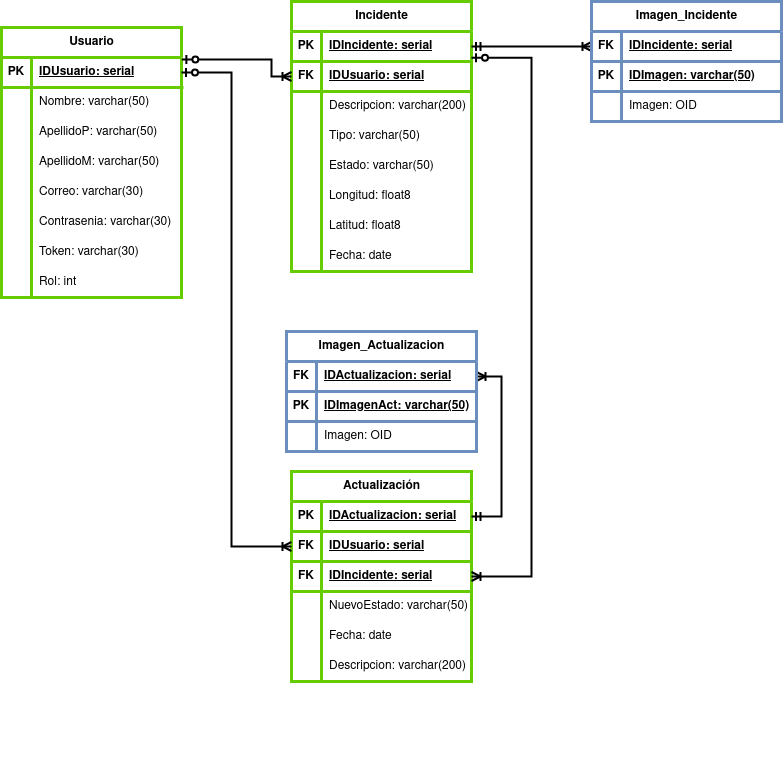
Earlier version of the draw.io export documentacion/tarea2-BDD/BDD_MajarraDrive-Relacional.drawio.png (ingenieria-software-7009-2025-2/mojarra-Gerreidae-api). Source tidied: cells renumbered, new cells last; positions are measured from the earlier drawing's top-left corner, leaving out a move shared by most shapes.
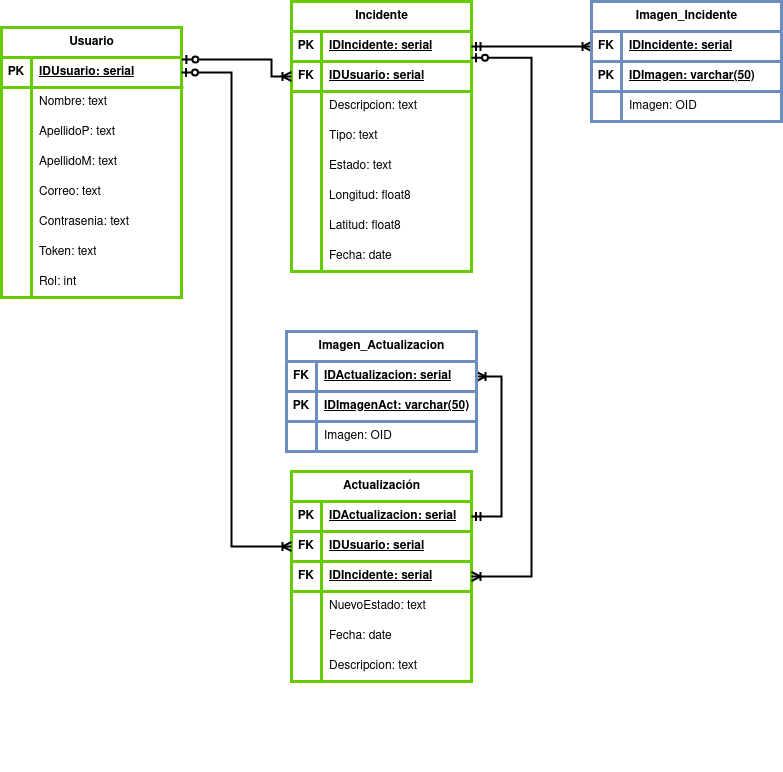
After the commit.

Commit message:
diagrama actualizado

Change to the diagram source:
```diff
@@ -20,7 +20,7 @@
     <mxCell id="7" style="shape=partialRectangle;fillColor=none;top=0;left=0;bottom=0;right=0;overflow=hidden;whiteSpace=wrap;html=1;strokeWidth=3;" parent="6" vertex="1">
       <mxGeometry width="30" height="30" as="geometry" />
     </mxCell>
-    <mxCell id="8" value="Nombre: varchar(50)" style="shape=partialRectangle;fillColor=none;top=0;left=0;bottom=0;right=0;align=left;spacingLeft=6;overflow=hidden;whiteSpace=wrap;html=1;strokeWidth=3;" parent="6" vertex="1">
+    <mxCell id="8" value="Nombre: text" style="shape=partialRectangle;fillColor=none;top=0;left=0;bottom=0;right=0;align=left;spacingLeft=6;overflow=hidden;whiteSpace=wrap;html=1;strokeWidth=3;" parent="6" vertex="1">
       <mxGeometry x="30" width="150" height="30" as="geometry" />
     </mxCell>
     <mxCell id="9" style="shape=tableRow;horizontal=0;startSize=0;swimlaneHead=0;swimlaneBody=0;fillColor=none;top=0;left=0;right=0;bottom=0;strokeWidth=3;" parent="2" vertex="1">
@@ -29,7 +29,7 @@
     <mxCell id="10" style="shape=partialRectangle;fillColor=none;top=0;left=0;bottom=0;right=0;overflow=hidden;whiteSpace=wrap;html=1;strokeWidth=3;" parent="9" vertex="1">
       <mxGeometry width="30" height="30" as="geometry" />
     </mxCell>
-    <mxCell id="11" value="ApellidoP: varchar(50)" style="shape=partialRectangle;fillColor=none;top=0;left=0;bottom=0;right=0;align=left;spacingLeft=6;overflow=hidden;whiteSpace=wrap;html=1;strokeWidth=3;" parent="9" vertex="1">
+    <mxCell id="11" value="ApellidoP: text" style="shape=partialRectangle;fillColor=none;top=0;left=0;bottom=0;right=0;align=left;spacingLeft=6;overflow=hidden;whiteSpace=wrap;html=1;strokeWidth=3;" parent="9" vertex="1">
       <mxGeometry x="30" width="150" height="30" as="geometry" />
     </mxCell>
     <mxCell id="12" style="shape=tableRow;horizontal=0;startSize=0;swimlaneHead=0;swimlaneBody=0;fillColor=none;top=0;left=0;right=0;bottom=0;strokeWidth=3;" parent="2" vertex="1">
@@ -38,7 +38,7 @@
     <mxCell id="13" style="shape=partialRectangle;fillColor=none;top=0;left=0;bottom=0;right=0;overflow=hidden;whiteSpace=wrap;html=1;strokeWidth=3;" parent="12" vertex="1">
       <mxGeometry width="30" height="30" as="geometry" />
     </mxCell>
-    <mxCell id="14" value="ApellidoM: varchar(50)" style="shape=partialRectangle;fillColor=none;top=0;left=0;bottom=0;right=0;align=left;spacingLeft=6;overflow=hidden;whiteSpace=wrap;html=1;strokeWidth=3;" parent="12" vertex="1">
+    <mxCell id="14" value="ApellidoM: text" style="shape=partialRectangle;fillColor=none;top=0;left=0;bottom=0;right=0;align=left;spacingLeft=6;overflow=hidden;whiteSpace=wrap;html=1;strokeWidth=3;" parent="12" vertex="1">
       <mxGeometry x="30" width="150" height="30" as="geometry" />
     </mxCell>
     <mxCell id="15" style="shape=tableRow;horizontal=0;startSize=0;swimlaneHead=0;swimlaneBody=0;fillColor=none;top=0;left=0;right=0;bottom=0;strokeWidth=3;" parent="2" vertex="1">
@@ -47,7 +47,7 @@
     <mxCell id="16" style="shape=partialRectangle;fillColor=none;top=0;left=0;bottom=0;right=0;overflow=hidden;whiteSpace=wrap;html=1;strokeWidth=3;" parent="15" vertex="1">
       <mxGeometry width="30" height="30" as="geometry" />
     </mxCell>
-    <mxCell id="17" value="Correo: varchar(30)" style="shape=partialRectangle;fillColor=none;top=0;left=0;bottom=0;right=0;align=left;spacingLeft=6;overflow=hidden;whiteSpace=wrap;html=1;strokeWidth=3;" parent="15" vertex="1">
+    <mxCell id="17" value="Correo: text" style="shape=partialRectangle;fillColor=none;top=0;left=0;bottom=0;right=0;align=left;spacingLeft=6;overflow=hidden;whiteSpace=wrap;html=1;strokeWidth=3;" parent="15" vertex="1">
       <mxGeometry x="30" width="150" height="30" as="geometry" />
     </mxCell>
     <mxCell id="18" style="shape=tableRow;horizontal=0;startSize=0;swimlaneHead=0;swimlaneBody=0;fillColor=none;top=0;left=0;right=0;bottom=0;strokeWidth=3;" parent="2" vertex="1">
@@ -56,7 +56,7 @@
     <mxCell id="19" style="shape=partialRectangle;fillColor=none;top=0;left=0;bottom=0;right=0;overflow=hidden;whiteSpace=wrap;html=1;strokeWidth=3;" parent="18" vertex="1">
       <mxGeometry width="30" height="30" as="geometry" />
     </mxCell>
-    <mxCell id="20" value="Contrasenia: varchar(30)" style="shape=partialRectangle;fillColor=none;top=0;left=0;bottom=0;right=0;align=left;spacingLeft=6;overflow=hidden;whiteSpace=wrap;html=1;strokeWidth=3;" parent="18" vertex="1">
+    <mxCell id="20" value="Contrasenia: text" style="shape=partialRectangle;fillColor=none;top=0;left=0;bottom=0;right=0;align=left;spacingLeft=6;overflow=hidden;whiteSpace=wrap;html=1;strokeWidth=3;" parent="18" vertex="1">
       <mxGeometry x="30" width="150" height="30" as="geometry" />
     </mxCell>
     <mxCell id="21" style="shape=tableRow;horizontal=0;startSize=0;swimlaneHead=0;swimlaneBody=0;fillColor=none;top=0;left=0;right=0;bottom=0;strokeWidth=3;" parent="2" vertex="1">
@@ -65,7 +65,7 @@
     <mxCell id="22" style="shape=partialRectangle;fillColor=none;top=0;left=0;bottom=0;right=0;overflow=hidden;whiteSpace=wrap;html=1;strokeWidth=3;" parent="21" vertex="1">
       <mxGeometry width="30" height="30" as="geometry" />
     </mxCell>
-    <mxCell id="23" value="Token: varchar(30)" style="shape=partialRectangle;fillColor=none;top=0;left=0;bottom=0;right=0;align=left;spacingLeft=6;overflow=hidden;whiteSpace=wrap;html=1;strokeWidth=3;" parent="21" vertex="1">
+    <mxCell id="23" value="Token: text" style="shape=partialRectangle;fillColor=none;top=0;left=0;bottom=0;right=0;align=left;spacingLeft=6;overflow=hidden;whiteSpace=wrap;html=1;strokeWidth=3;" parent="21" vertex="1">
       <mxGeometry x="30" width="150" height="30" as="geometry" />
     </mxCell>
     <mxCell id="24" style="shape=tableRow;horizontal=0;startSize=0;swimlaneHead=0;swimlaneBody=0;fillColor=none;top=0;left=0;right=0;bottom=0;strokeWidth=3;" parent="2" vertex="1">
@@ -104,7 +104,7 @@
     <mxCell id="35" style="shape=partialRectangle;fillColor=none;top=0;left=0;bottom=0;right=0;overflow=hidden;whiteSpace=wrap;html=1;strokeWidth=3;" parent="34" vertex="1">
       <mxGeometry width="30" height="30" as="geometry" />
     </mxCell>
-    <mxCell id="36" value="Descripcion: varchar(200)" style="shape=partialRectangle;fillColor=none;top=0;left=0;bottom=0;right=0;align=left;spacingLeft=6;overflow=hidden;whiteSpace=wrap;html=1;strokeWidth=3;" parent="34" vertex="1">
+    <mxCell id="36" value="Descripcion: text" style="shape=partialRectangle;fillColor=none;top=0;left=0;bottom=0;right=0;align=left;spacingLeft=6;overflow=hidden;whiteSpace=wrap;html=1;strokeWidth=3;" parent="34" vertex="1">
       <mxGeometry x="30" width="150" height="30" as="geometry" />
     </mxCell>
     <mxCell id="37" style="shape=tableRow;horizontal=0;startSize=0;swimlaneHead=0;swimlaneBody=0;fillColor=none;top=0;left=0;right=0;bottom=0;strokeWidth=3;" parent="27" vertex="1">
@@ -113,7 +113,7 @@
     <mxCell id="38" style="shape=partialRectangle;fillColor=none;top=0;left=0;bottom=0;right=0;overflow=hidden;whiteSpace=wrap;html=1;strokeWidth=3;" parent="37" vertex="1">
       <mxGeometry width="30" height="30" as="geometry" />
     </mxCell>
-    <mxCell id="39" value="Tipo: varchar(50)" style="shape=partialRectangle;fillColor=none;top=0;left=0;bottom=0;right=0;align=left;spacingLeft=6;overflow=hidden;whiteSpace=wrap;html=1;strokeWidth=3;" parent="37" vertex="1">
+    <mxCell id="39" value="Tipo: text" style="shape=partialRectangle;fillColor=none;top=0;left=0;bottom=0;right=0;align=left;spacingLeft=6;overflow=hidden;whiteSpace=wrap;html=1;strokeWidth=3;" parent="37" vertex="1">
       <mxGeometry x="30" width="150" height="30" as="geometry" />
     </mxCell>
     <mxCell id="40" style="shape=tableRow;horizontal=0;startSize=0;swimlaneHead=0;swimlaneBody=0;fillColor=none;top=0;left=0;right=0;bottom=0;strokeWidth=3;" parent="27" vertex="1">
@@ -122,7 +122,7 @@
     <mxCell id="41" style="shape=partialRectangle;fillColor=none;top=0;left=0;bottom=0;right=0;overflow=hidden;whiteSpace=wrap;html=1;strokeWidth=3;" parent="40" vertex="1">
       <mxGeometry width="30" height="30" as="geometry" />
     </mxCell>
-    <mxCell id="42" value="Estado: varchar(50)" style="shape=partialRectangle;fillColor=none;top=0;left=0;bottom=0;right=0;align=left;spacingLeft=6;overflow=hidden;whiteSpace=wrap;html=1;strokeWidth=3;" parent="40" vertex="1">
+    <mxCell id="42" value="Estado: text" style="shape=partialRectangle;fillColor=none;top=0;left=0;bottom=0;right=0;align=left;spacingLeft=6;overflow=hidden;whiteSpace=wrap;html=1;strokeWidth=3;" parent="40" vertex="1">
       <mxGeometry x="30" width="150" height="30" as="geometry" />
     </mxCell>
     <mxCell id="43" style="shape=tableRow;horizontal=0;startSize=0;swimlaneHead=0;swimlaneBody=0;fillColor=none;top=0;left=0;right=0;bottom=0;strokeWidth=3;" parent="27" vertex="1">
@@ -214,7 +214,7 @@
     <mxCell id="69" style="shape=partialRectangle;fillColor=none;top=0;left=0;bottom=0;right=0;overflow=hidden;whiteSpace=wrap;html=1;strokeWidth=3;" parent="68" vertex="1">
       <mxGeometry width="30" height="30" as="geometry" />
     </mxCell>
-    <mxCell id="70" value="NuevoEstado: varchar(50)" style="shape=partialRectangle;fillColor=none;top=0;left=0;bottom=0;right=0;align=left;spacingLeft=6;overflow=hidden;whiteSpace=wrap;html=1;strokeWidth=3;" parent="68" vertex="1">
+    <mxCell id="70" value="NuevoEstado: text" style="shape=partialRectangle;fillColor=none;top=0;left=0;bottom=0;right=0;align=left;spacingLeft=6;overflow=hidden;whiteSpace=wrap;html=1;strokeWidth=3;" parent="68" vertex="1">
       <mxGeometry x="30" width="150" height="30" as="geometry" />
     </mxCell>
     <mxCell id="71" style="shape=tableRow;horizontal=0;startSize=0;swimlaneHead=0;swimlaneBody=0;fillColor=none;top=0;left=0;right=0;bottom=0;strokeWidth=3;" parent="58" vertex="1">
@@ -232,7 +232,7 @@
     <mxCell id="75" style="shape=partialRectangle;fillColor=none;top=0;left=0;bottom=0;right=0;overflow=hidden;whiteSpace=wrap;html=1;strokeWidth=3;" parent="74" vertex="1">
       <mxGeometry width="30" height="30" as="geometry" />
     </mxCell>
-    <mxCell id="76" value="Descripcion: varchar(200)" style="shape=partialRectangle;fillColor=none;top=0;left=0;bottom=0;right=0;align=left;spacingLeft=6;overflow=hidden;whiteSpace=wrap;html=1;strokeWidth=3;" parent="74" vertex="1">
+    <mxCell id="76" value="Descripcion: text" style="shape=partialRectangle;fillColor=none;top=0;left=0;bottom=0;right=0;align=left;spacingLeft=6;overflow=hidden;whiteSpace=wrap;html=1;strokeWidth=3;" parent="74" vertex="1">
       <mxGeometry x="30" width="150" height="30" as="geometry" />
     </mxCell>
     <mxCell id="77" style="shape=tableRow;horizontal=0;startSize=0;swimlaneHead=0;swimlaneBody=0;fillColor=none;points=[[0,0.5],[1,0.5]];portConstraint=eastwest;top=0;left=0;right=0;bottom=1;strokeColor=#66CC00;strokeWidth=3;" parent="57" vertex="1">
```
